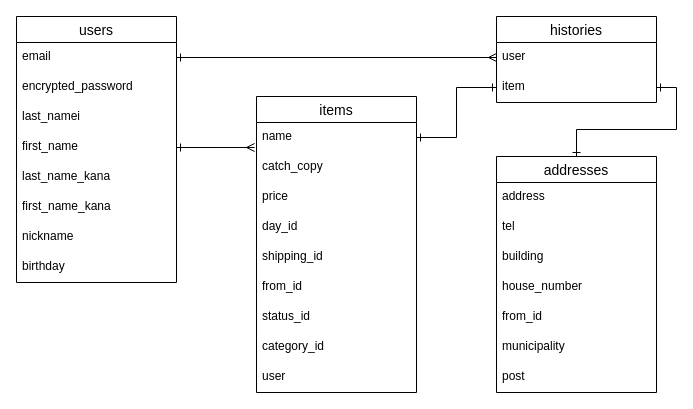
Earlier version of the draw.io diagram table.dio (noriarare/furima-32869). Source tidied: cells renumbered, new cells numbered last; positions are measured from the earlier drawing's top-left corner, leaving out a move shared by most shapes. Both pictures are drawn from the tidied source at 100%, with x=0, y=0 at pixel (16, 16).
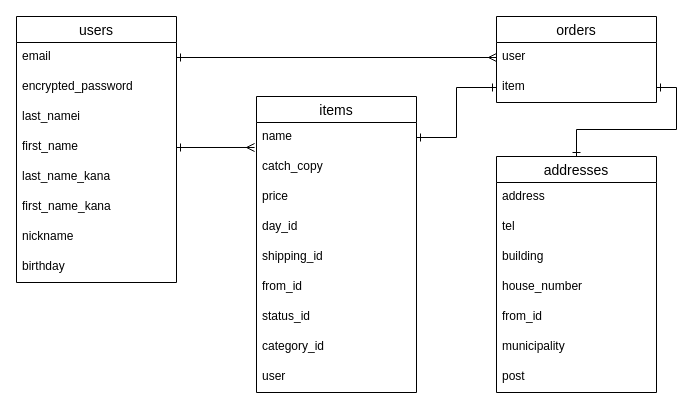
After the change.

Change to the diagram source:
```diff
@@
-    <mxCell id="11" value="histories" style="swimlane;fontStyle=0;horizontal=1;startSize=26;align=center;fontSize=14;" parent="1" vertex="1">
+    <mxCell id="11" value="orders" style="swimlane;fontStyle=0;horizontal=1;startSize=26;align=center;fontSize=14;" parent="1" vertex="1">
       <mxGeometry x="480" width="160" height="86" as="geometry" />
     </mxCell>
```
